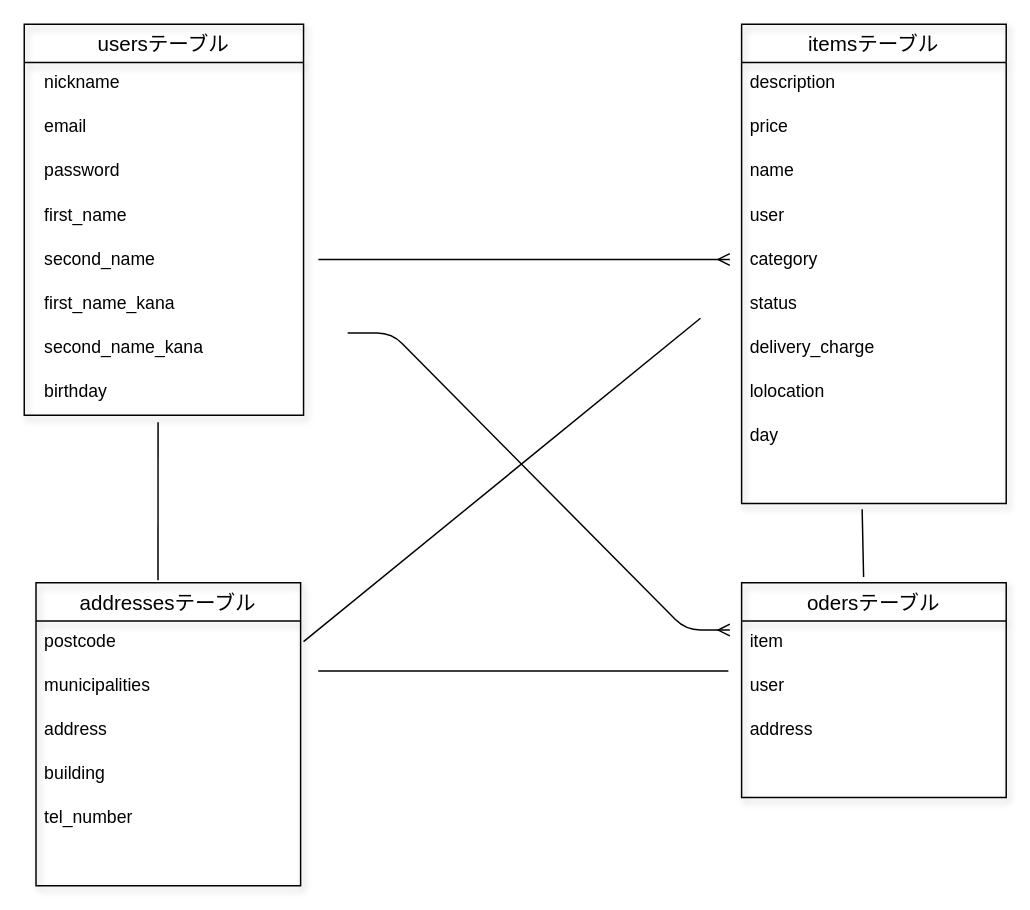
pamapama1/furima-37270 keeps this draw.io diagram as ER.dio. Above is the earlier version. Source tidied: cells renumbered, new cells numbered last; positions are measured from the earlier drawing's top-left corner, leaving out a move shared by most shapes. Both pictures are drawn from the tidied source at 147%, with x=0, y=0 at pixel (24, 24).
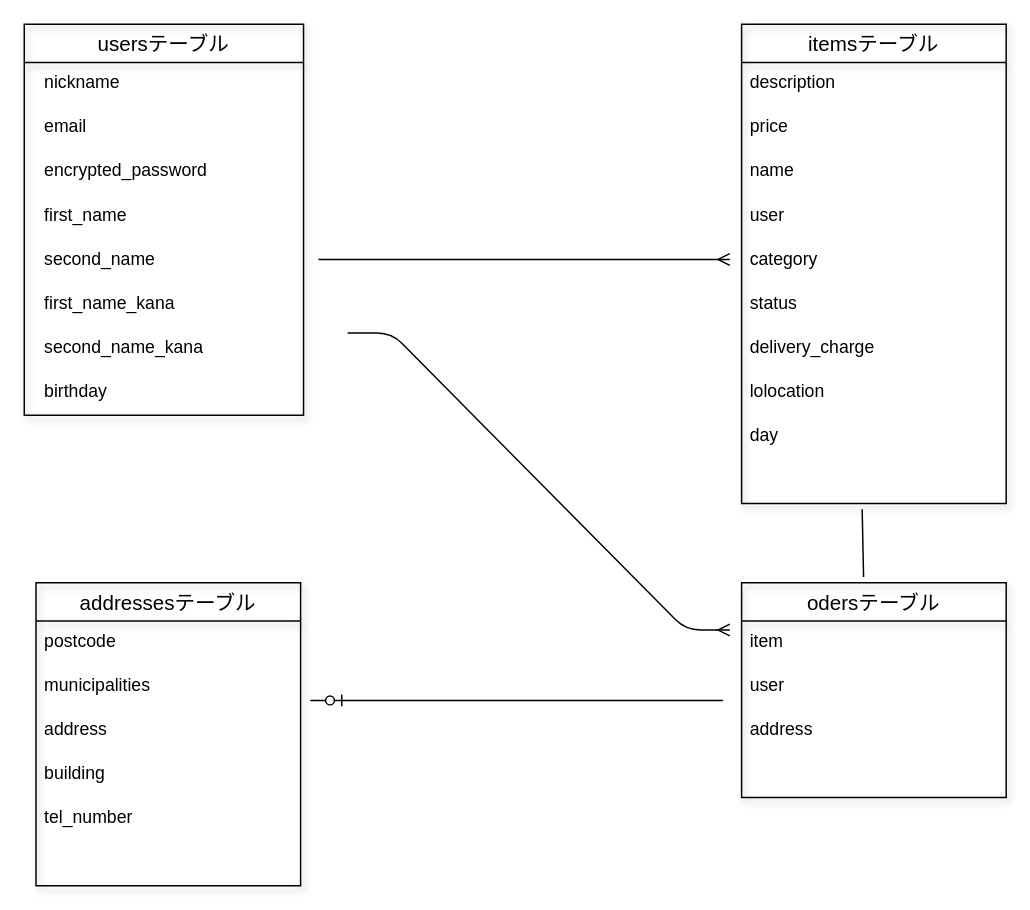
The same page after the edit.

Unchanged cells that the change refers to:
```xml
<mxCell id="2" style="group;" parent="1" vertex="1">
  <mxGeometry width="198" height="266" as="geometry" />
</mxCell>
<mxCell id="11" value="birthday" style="text;strokeColor=none;fillColor=none;spacingLeft=4;spacingRight=4;overflow=hidden;points=[[0,0.5],[1,0.5]];portConstraint=eastwest;fontSize=12;shadow=1;" parent="2" vertex="1">
  <mxGeometry x="8" y="236" width="190" height="30" as="geometry" />
</mxCell>
<mxCell id="32" value="addressesテーブル" style="swimlane;fontStyle=0;horizontal=1;startSize=26;align=center;fontSize=14;shadow=1;strokeColor=default;fillColor=none;" parent="31" vertex="1">
  <mxGeometry x="8" width="180" height="206" as="geometry" />
</mxCell>
```

Diff of the diagram source:
```diff
@@
-    <mxCell id="6" value="password" style="text;strokeColor=none;fillColor=none;spacingLeft=4;spacingRight=4;overflow=hidden;fontSize=12;shadow=1;" parent="2" vertex="1">
+    <mxCell id="6" value="encrypted_password" style="text;strokeColor=none;fillColor=none;spacingLeft=4;spacingRight=4;overflow=hidden;fontSize=12;shadow=1;" parent="2" vertex="1">
       <mxGeometry x="8" y="86" width="190" height="30" as="geometry" />
     </mxCell>
@@
-    <mxCell id="39" style="endArrow=none;html=1;fontSize=1;targetPerimeterSpacing=0;strokeWidth=1;entryX=0.437;entryY=1.16;entryDx=0;entryDy=0;entryPerimeter=0;exitX=0.461;exitY=-0.009;exitDx=0;exitDy=0;exitPerimeter=0;" parent="1" edge="1" source="32" target="11">
-      <mxGeometry relative="1" as="geometry" />
-    </mxCell>
-    <mxCell id="40" style="endArrow=none;html=1;fontSize=1;targetPerimeterSpacing=0;strokeWidth=1;entryX=0.437;entryY=1.16;entryDx=0;entryDy=0;entryPerimeter=0;" parent="1" edge="1">
-      <mxGeometry relative="1" as="geometry">
-        <mxPoint x="200" y="440" as="sourcePoint" />
-        <mxPoint x="479" y="440" as="targetPoint" />
-      </mxGeometry>
-    </mxCell>
@@
-    <mxCell id="42" style="endArrow=none;html=1;fontSize=1;targetPerimeterSpacing=0;strokeWidth=1;" parent="1" edge="1">
-      <mxGeometry relative="1" as="geometry">
-        <mxPoint x="190" y="420" as="sourcePoint" />
-        <mxPoint x="460" y="200" as="targetPoint" />
-      </mxGeometry>
-    </mxCell>
@@
+    <mxCell id="44" style="edgeStyle=entityRelationEdgeStyle;fontSize=12;html=1;endArrow=ERzeroToOne;endFill=1;targetPerimeterSpacing=0;strokeWidth=1;" parent="1" edge="1">
+      <mxGeometry relative="1" as="geometry">
+        <mxPoint x="450" y="460" as="sourcePoint" />
+        <mxPoint x="220" y="460" as="targetPoint" />
+      </mxGeometry>
+    </mxCell>
```
